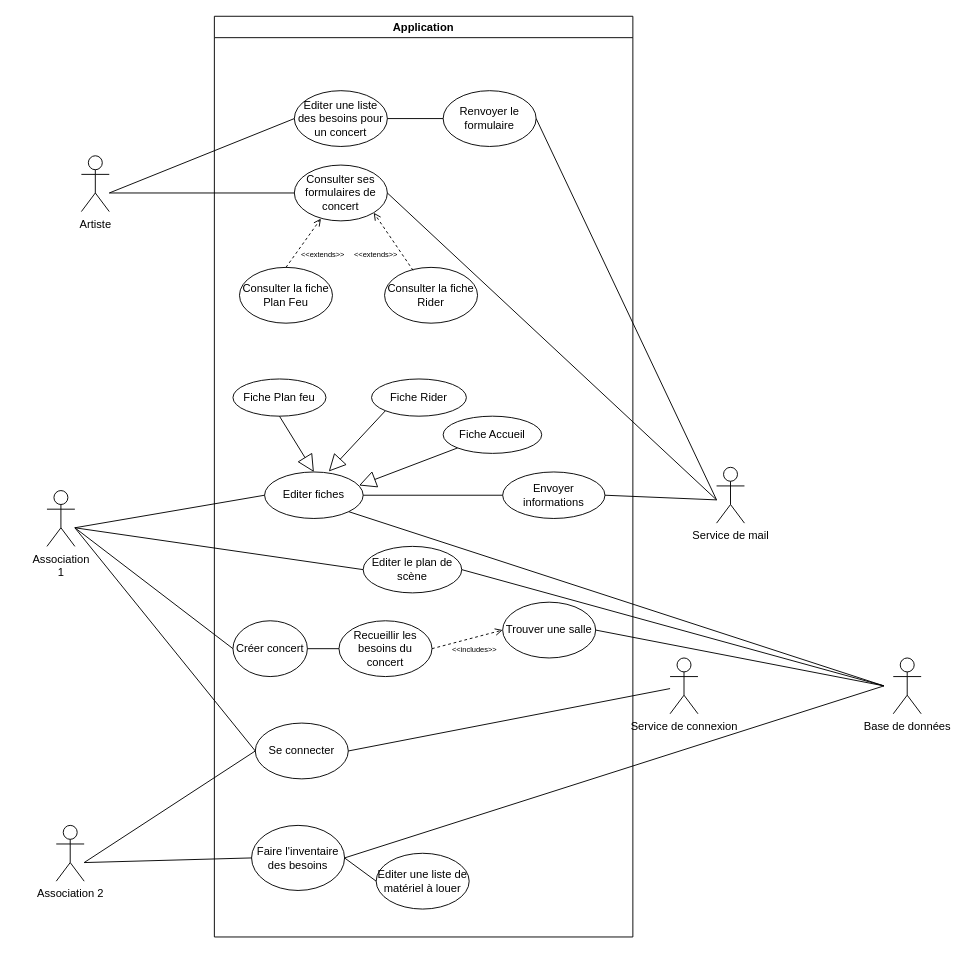
Above: diagramme_cas_utilisation/Diagramme_CU.drawio in LeniChabilan/SAE-CONCERT (draw.io), before the change. Source tidied: cells renumbered, new cells numbered last; positions are measured from the earlier drawing's top-left corner, leaving out a move shared by most shapes. Both pictures are drawn from the tidied source at 93%, with x=0, y=0 at pixel (46, 16).
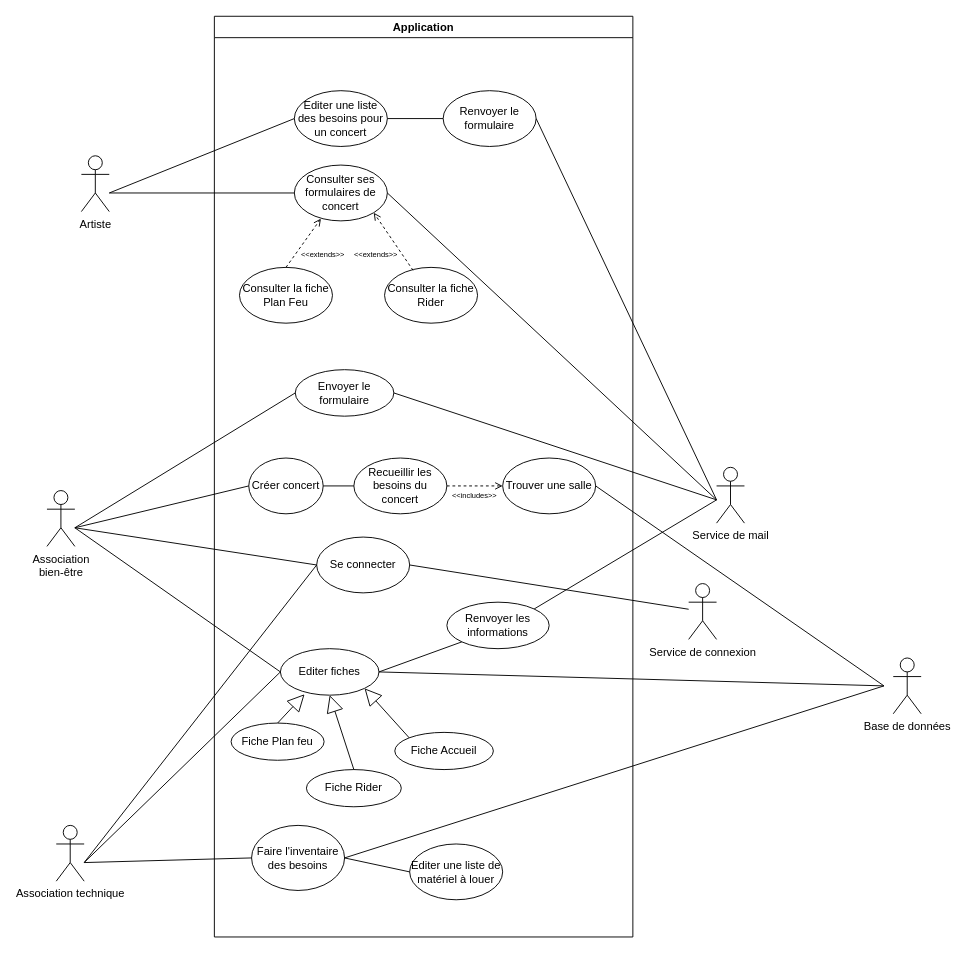
Above is the later version.

Commit message:
fix: version 'finale' du diagramme CU

Unchanged cells that the change refers to:
```xml
<mxCell id="2" value="Application" style="swimlane;whiteSpace=wrap;html=1;" parent="1" vertex="1">
  <mxGeometry x="180" width="450" height="990" as="geometry" />
</mxCell>
```

Diff of the diagram source:
```diff
@@
     <mxCell id="3" value="Créer concert" style="ellipse;whiteSpace=wrap;html=1;" parent="2" vertex="1">
-      <mxGeometry x="20" y="650" width="80" height="60" as="geometry" />
+      <mxGeometry x="37" y="475" width="80" height="60" as="geometry" />
     </mxCell>
-    <mxCell id="4" value="Editer fiches" style="ellipse;whiteSpace=wrap;html=1;" parent="2" vertex="1">
-      <mxGeometry x="54" y="490" width="106" height="50" as="geometry" />
-    </mxCell>
     <mxCell id="5" value="Trouver une salle" style="ellipse;whiteSpace=wrap;html=1;" parent="2" vertex="1">
-      <mxGeometry x="310" y="630" width="100" height="60" as="geometry" />
+      <mxGeometry x="310" y="475" width="100" height="60" as="geometry" />
     </mxCell>
     <mxCell id="6" value="Recueillir les besoins du concert" style="ellipse;whiteSpace=wrap;html=1;" parent="2" vertex="1">
-      <mxGeometry x="134" y="650" width="100" height="60" as="geometry" />
+      <mxGeometry x="150" y="475" width="100" height="60" as="geometry" />
     </mxCell>
@@
     <mxCell id="8" value="Se connecter" style="ellipse;whiteSpace=wrap;html=1;" parent="2" vertex="1">
-      <mxGeometry x="44" y="760" width="100" height="60" as="geometry" />
+      <mxGeometry x="110" y="560" width="100" height="60" as="geometry" />
     </mxCell>
-    <mxCell id="9" value="Editer le plan de scène" style="ellipse;whiteSpace=wrap;html=1;" parent="2" vertex="1">
-      <mxGeometry x="160" y="570" width="106" height="50" as="geometry" />
-    </mxCell>
-    <mxCell id="10" value="Envoyer informations" style="ellipse;whiteSpace=wrap;html=1;" parent="2" vertex="1">
-      <mxGeometry x="310" y="490" width="110" height="50" as="geometry" />
-    </mxCell>
     <mxCell id="11" value="Editer une liste de matériel à louer" style="ellipse;whiteSpace=wrap;html=1;" parent="2" vertex="1">
-      <mxGeometry x="174" y="900" width="100" height="60" as="geometry" />
+      <mxGeometry x="210" y="890" width="100" height="60" as="geometry" />
     </mxCell>
-    <mxCell id="12" style="endArrow=none;html=1;rounded=0;exitX=1;exitY=0.5;exitDx=0;exitDy=0;entryX=0;entryY=0.5;entryDx=0;entryDy=0;" parent="2" edge="1" source="4" target="10">
-      <mxGeometry relative="1" as="geometry" />
-    </mxCell>
@@
     <mxCell id="14" value="&lt;font style=&quot;font-size: 8px;&quot;&gt;&amp;lt;&amp;lt;includes&amp;gt;&amp;gt;&lt;/font&gt;" style="text;html=1;strokeColor=none;fillColor=none;align=center;verticalAlign=middle;whiteSpace=wrap;rounded=0;" parent="2" vertex="1">
-      <mxGeometry x="250" y="665" width="60" height="30" as="geometry" />
+      <mxGeometry x="250" y="500" width="60" height="30" as="geometry" />
     </mxCell>
@@
-    <mxCell id="17" value="Fiche Plan feu" style="ellipse;whiteSpace=wrap;html=1;" parent="2" vertex="1">
-      <mxGeometry x="20" y="390" width="100" height="40" as="geometry" />
-    </mxCell>
-    <mxCell id="18" style="endArrow=block;endSize=16;endFill=0;html=1;rounded=0;exitX=0.5;exitY=1;exitDx=0;exitDy=0;entryX=0.5;entryY=0;entryDx=0;entryDy=0;" parent="2" edge="1" source="17" target="4">
-      <mxGeometry x="-0.06" y="31" relative="1" as="geometry" />
-    </mxCell>
-    <mxCell id="19" value="Fiche Accueil" style="ellipse;whiteSpace=wrap;html=1;" parent="2" vertex="1">
-      <mxGeometry x="246" y="430" width="106" height="40" as="geometry" />
-    </mxCell>
-    <mxCell id="20" style="endArrow=block;endSize=16;endFill=0;html=1;rounded=0;exitX=0;exitY=1;exitDx=0;exitDy=0;entryX=0.958;entryY=0.29;entryDx=0;entryDy=0;entryPerimeter=0;" parent="2" edge="1" source="19" target="4">
-      <mxGeometry x="-0.06" y="31" relative="1" as="geometry" />
-    </mxCell>
-    <mxCell id="21" value="Fiche Rider" style="ellipse;whiteSpace=wrap;html=1;" parent="2" vertex="1">
-      <mxGeometry x="169" y="390" width="102" height="40" as="geometry" />
-    </mxCell>
-    <mxCell id="22" style="endArrow=block;endSize=16;endFill=0;html=1;rounded=0;exitX=0;exitY=1;exitDx=0;exitDy=0;entryX=0.651;entryY=-0.01;entryDx=0;entryDy=0;entryPerimeter=0;" parent="2" edge="1" source="21" target="4">
-      <mxGeometry x="-0.06" y="31" relative="1" as="geometry" />
-    </mxCell>
@@
+    <mxCell id="55" value="Envoyer le formulaire" style="ellipse;whiteSpace=wrap;html=1;" parent="2" vertex="1">
+      <mxGeometry x="87" y="380" width="106" height="50" as="geometry" />
+    </mxCell>
+    <mxCell id="4" value="Editer fiches" style="ellipse;whiteSpace=wrap;html=1;" parent="2" vertex="1">
+      <mxGeometry x="71" y="680" width="106" height="50" as="geometry" />
+    </mxCell>
+    <mxCell id="10" value="Renvoyer les informations" style="ellipse;whiteSpace=wrap;html=1;" parent="2" vertex="1">
+      <mxGeometry x="250" y="630" width="110" height="50" as="geometry" />
+    </mxCell>
+    <mxCell id="12" style="endArrow=none;html=1;rounded=0;exitX=1;exitY=0.5;exitDx=0;exitDy=0;entryX=0;entryY=1;entryDx=0;entryDy=0;" parent="2" edge="1" source="4" target="10">
+      <mxGeometry relative="1" as="geometry" />
+    </mxCell>
+    <mxCell id="17" value="Fiche Plan feu" style="ellipse;whiteSpace=wrap;html=1;" parent="2" vertex="1">
+      <mxGeometry x="18" y="760" width="100" height="40" as="geometry" />
+    </mxCell>
+    <mxCell id="18" style="endArrow=block;endSize=16;endFill=0;html=1;rounded=0;exitX=0.5;exitY=0;exitDx=0;exitDy=0;entryX=0.245;entryY=0.98;entryDx=0;entryDy=0;entryPerimeter=0;" parent="2" edge="1" source="17" target="4">
+      <mxGeometry x="-0.06" y="31" relative="1" as="geometry" />
+    </mxCell>
+    <mxCell id="19" value="Fiche Accueil" style="ellipse;whiteSpace=wrap;html=1;" parent="2" vertex="1">
+      <mxGeometry x="194" y="770" width="106" height="40" as="geometry" />
+    </mxCell>
+    <mxCell id="20" style="endArrow=block;endSize=16;endFill=0;html=1;rounded=0;exitX=0;exitY=0;exitDx=0;exitDy=0;entryX=1;entryY=1;entryDx=0;entryDy=0;" parent="2" edge="1" source="19" target="4">
+      <mxGeometry x="-0.06" y="31" relative="1" as="geometry" />
+    </mxCell>
+    <mxCell id="21" value="Fiche Rider" style="ellipse;whiteSpace=wrap;html=1;" parent="2" vertex="1">
+      <mxGeometry x="99" y="810" width="102" height="40" as="geometry" />
+    </mxCell>
+    <mxCell id="22" style="endArrow=block;endSize=16;endFill=0;html=1;rounded=0;exitX=0.5;exitY=0;exitDx=0;exitDy=0;entryX=0.5;entryY=1;entryDx=0;entryDy=0;" parent="2" edge="1" source="21" target="4">
+      <mxGeometry x="-0.06" y="31" relative="1" as="geometry" />
+    </mxCell>
-    <mxCell id="36" value="&lt;div&gt;Association&lt;/div&gt;1" style="shape=umlActor;verticalLabelPosition=bottom;verticalAlign=top;html=1;" parent="1" vertex="1">
+    <mxCell id="36" value="&lt;div&gt;Association&lt;/div&gt;bien-être" style="shape=umlActor;verticalLabelPosition=bottom;verticalAlign=top;html=1;" parent="1" vertex="1">
       <mxGeometry y="510" width="30" height="60" as="geometry" />
     </mxCell>
-    <mxCell id="37" value="Association 2" style="shape=umlActor;verticalLabelPosition=bottom;verticalAlign=top;html=1;" parent="1" vertex="1">
+    <mxCell id="37" value="Association technique" style="shape=umlActor;verticalLabelPosition=bottom;verticalAlign=top;html=1;" parent="1" vertex="1">
       <mxGeometry x="10" y="870" width="30" height="60" as="geometry" />
     </mxCell>
@@
     <mxCell id="39" value="&lt;div&gt;Service de connexion&lt;/div&gt;&lt;div&gt;&lt;br&gt;&lt;/div&gt;" style="shape=umlActor;verticalLabelPosition=bottom;verticalAlign=top;html=1;outlineConnect=0;" parent="1" vertex="1">
-      <mxGeometry x="670" y="690" width="30" height="60" as="geometry" />
+      <mxGeometry x="690" y="610" width="30" height="60" as="geometry" />
     </mxCell>
@@
-    <mxCell id="42" style="endArrow=none;html=1;rounded=0;entryX=0;entryY=0.5;entryDx=0;entryDy=0;" parent="1" edge="1" target="9">
-      <mxGeometry relative="1" as="geometry">
-        <mxPoint x="30" y="550" as="sourcePoint" />
-      </mxGeometry>
-    </mxCell>
@@
-    <mxCell id="47" style="endArrow=none;html=1;rounded=0;exitX=1;exitY=0.5;exitDx=0;exitDy=0;" parent="1" edge="1" source="10">
+    <mxCell id="47" style="endArrow=none;html=1;rounded=0;exitX=1;exitY=0;exitDx=0;exitDy=0;" parent="1" edge="1" source="10">
       <mxGeometry relative="1" as="geometry">
         <mxPoint x="720" y="520" as="targetPoint" />
       </mxGeometry>
     </mxCell>
@@
-    <mxCell id="51" style="endArrow=none;html=1;rounded=0;exitX=1;exitY=0.5;exitDx=0;exitDy=0;" parent="1" edge="1" source="9">
-      <mxGeometry relative="1" as="geometry">
-        <mxPoint x="900" y="720" as="targetPoint" />
-      </mxGeometry>
-    </mxCell>
-    <mxCell id="52" style="endArrow=none;html=1;rounded=0;exitX=1;exitY=1;exitDx=0;exitDy=0;" parent="1" edge="1" source="4">
+    <mxCell id="52" style="endArrow=none;html=1;rounded=0;exitX=1;exitY=0.5;exitDx=0;exitDy=0;" parent="1" edge="1" source="4">
       <mxGeometry relative="1" as="geometry">
         <mxPoint x="900" y="720" as="targetPoint" />
       </mxGeometry>
     </mxCell>
@@
+    <mxCell id="56" style="endArrow=none;html=1;rounded=0;exitX=0;exitY=0.5;exitDx=0;exitDy=0;" parent="1" edge="1" source="55">
+      <mxGeometry relative="1" as="geometry">
+        <mxPoint x="30" y="550" as="targetPoint" />
+      </mxGeometry>
+    </mxCell>
+    <mxCell id="57" style="endArrow=none;html=1;rounded=0;entryX=1;entryY=0.5;entryDx=0;entryDy=0;" parent="1" edge="1" target="55">
+      <mxGeometry relative="1" as="geometry">
+        <mxPoint x="720" y="520" as="sourcePoint" />
+      </mxGeometry>
+    </mxCell>
+    <mxCell id="58" style="endArrow=none;html=1;rounded=0;entryX=0;entryY=0.5;entryDx=0;entryDy=0;" parent="1" edge="1" target="4">
+      <mxGeometry relative="1" as="geometry">
+        <mxPoint x="40" y="910" as="sourcePoint" />
+      </mxGeometry>
+    </mxCell>
```
